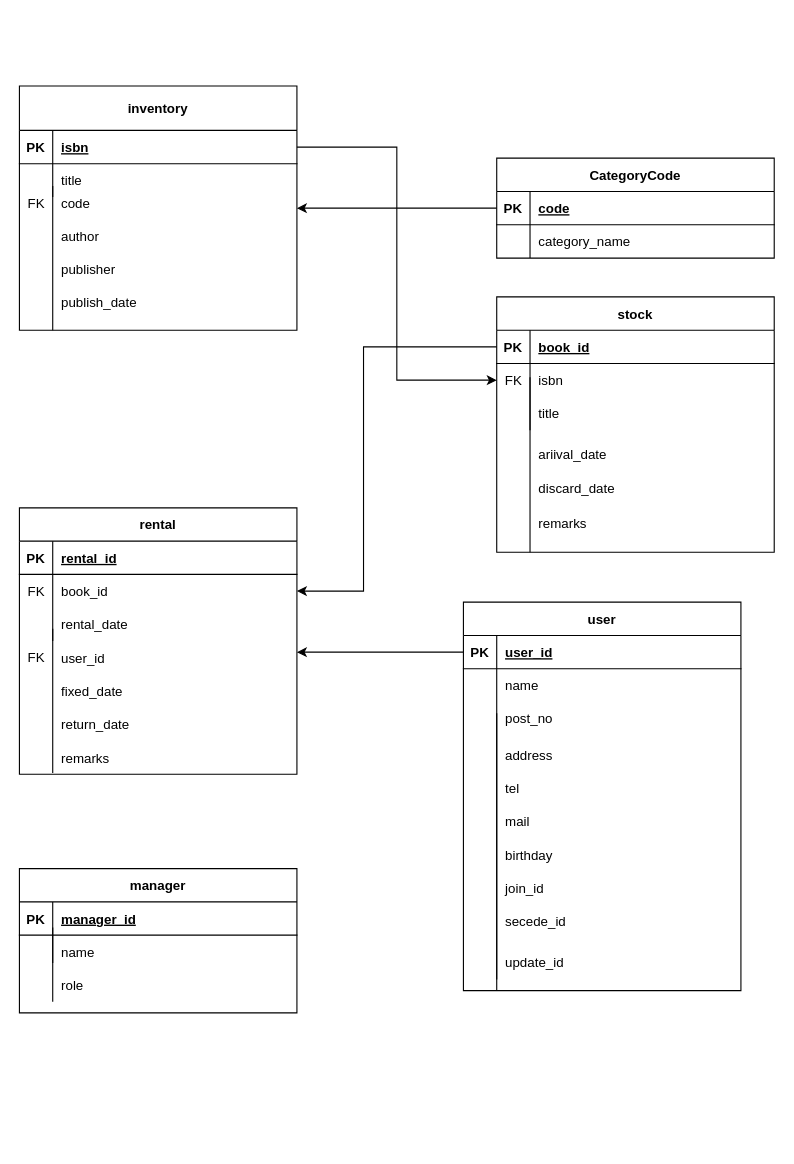
Before: path/内部設計/er図(清田).drawio in 2022java42-student004/Library, a draw.io diagram. Source tidied: cells renumbered, new cells numbered last; positions are measured from the earlier drawing's top-left corner, leaving out a move shared by most shapes. Both pictures are drawn from the tidied source at 111%, with x=0, y=0 at pixel (19, 19).
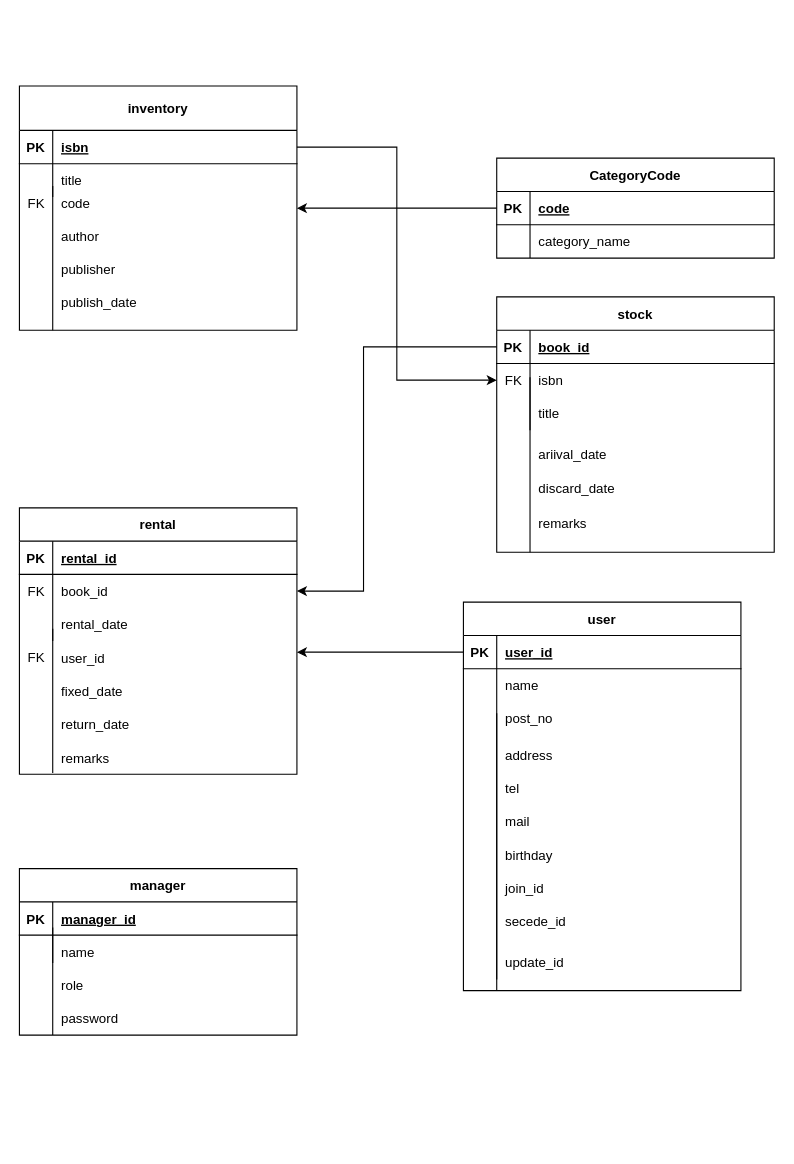
After the change.

Diff of the diagram source:
```diff
@@
     <mxCell id="65" style="group;" parent="1" vertex="1">
-      <mxGeometry y="765" width="250" height="250" as="geometry" />
+      <mxGeometry y="765" width="250" height="205" as="geometry" />
     </mxCell>
     <mxCell id="66" value="manager" style="shape=table;startSize=30;childLayout=tableLayout;rowLines=0;fontStyle=1;align=center;" parent="65" vertex="1">
-      <mxGeometry width="250" height="130" as="geometry" />
+      <mxGeometry width="250" height="150" as="geometry" />
     </mxCell>
@@
+    <mxCell id="92" style="shape=partialRectangle;fillColor=none;top=0;left=0;right=0;bottom=0;" parent="66" vertex="1">
+      <mxGeometry y="120" width="250" height="30" as="geometry" />
+    </mxCell>
+    <mxCell id="93" style="shape=partialRectangle;overflow=hidden;fillColor=none;top=0;left=0;bottom=0;right=0;" parent="92" vertex="1">
+      <mxGeometry width="30" height="30" as="geometry" />
+    </mxCell>
+    <mxCell id="94" value="password" style="shape=partialRectangle;overflow=hidden;fillColor=none;top=0;left=0;bottom=0;right=0;align=left;spacingLeft=6;" parent="92" vertex="1">
+      <mxGeometry x="30" width="220" height="30" as="geometry" />
+    </mxCell>
```
